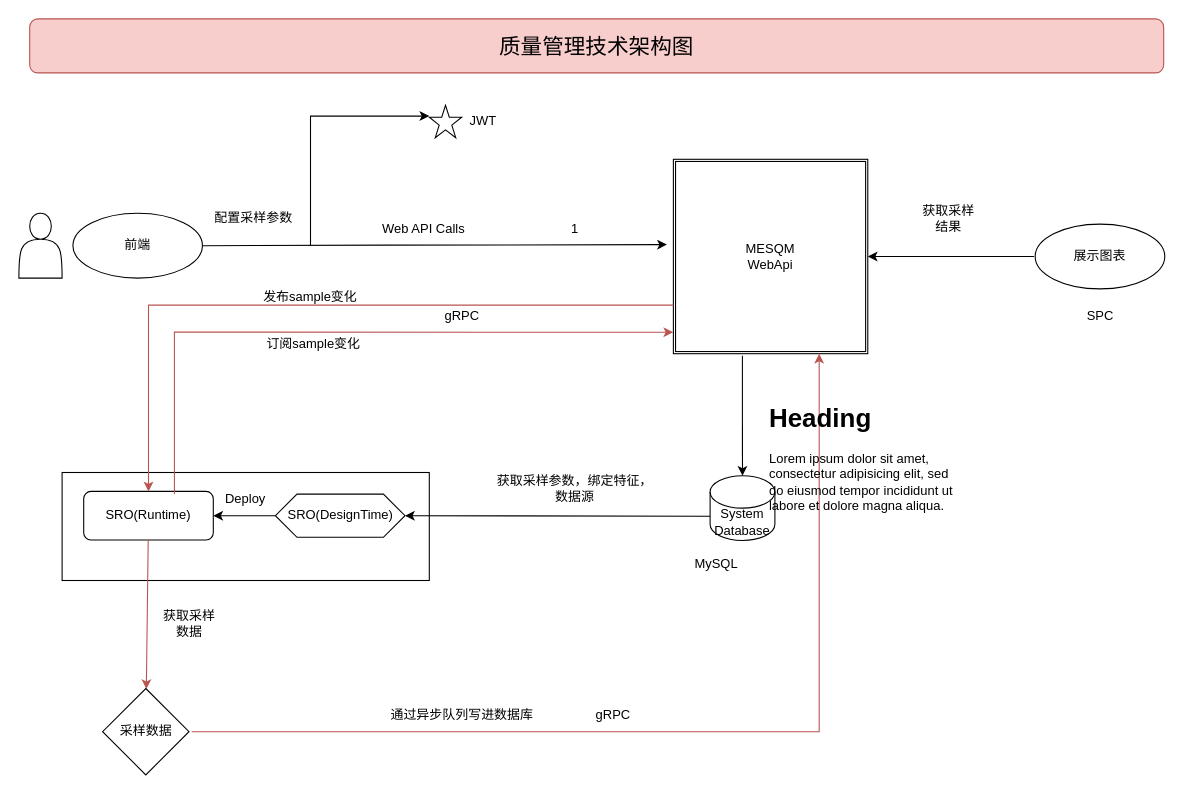
Before: page "QM" (3 of 3) of 具体架构图.drawio in xiongruyi/FirstRepository, a draw.io diagram. Source tidied: cells renumbered, new cells numbered last; positions are measured from the earlier drawing's top-left corner, leaving out a move shared by most shapes. Both pictures are drawn from the tidied source at 108%, with x=0, y=0 at pixel (18, 18).
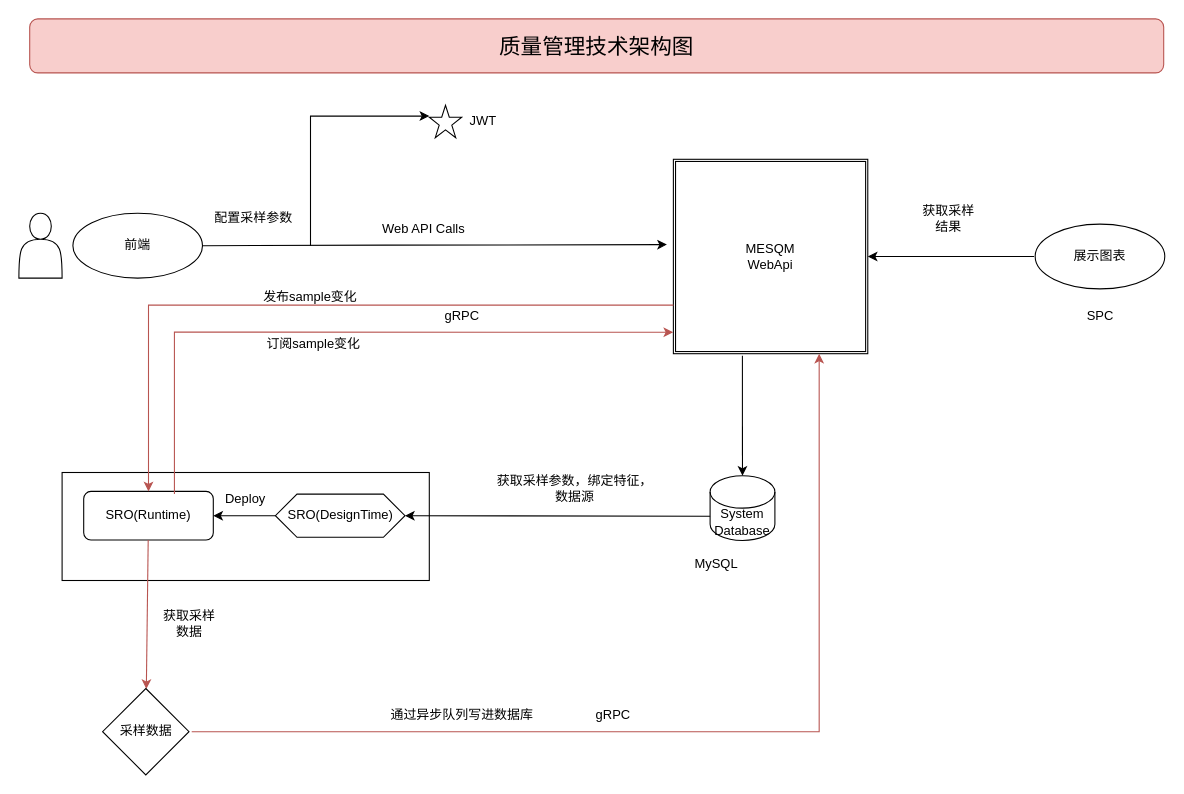
The same diagram, later.

Commit message:
更新具体架构图.drawio

The edit, as a diff of the source:
```diff
@@
-    <mxCell id="38" value="1" style="text;html=1;strokeColor=none;fillColor=none;align=center;verticalAlign=middle;whiteSpace=wrap;rounded=0;" parent="1" vertex="1">
-      <mxGeometry x="485" y="180" width="60" height="30" as="geometry" />
-    </mxCell>
-    <mxCell id="39" value="&lt;h1&gt;Heading&lt;/h1&gt;&lt;p&gt;Lorem ipsum dolor sit amet, consectetur adipisicing elit, sed do eiusmod tempor incididunt ut labore et dolore magna aliqua.&lt;/p&gt;" style="text;html=1;strokeColor=none;fillColor=none;spacing=5;spacingTop=-20;whiteSpace=wrap;overflow=hidden;rounded=0;" parent="1" vertex="1">
-      <mxGeometry x="690" y="350" width="190" height="120" as="geometry" />
-    </mxCell>
```
